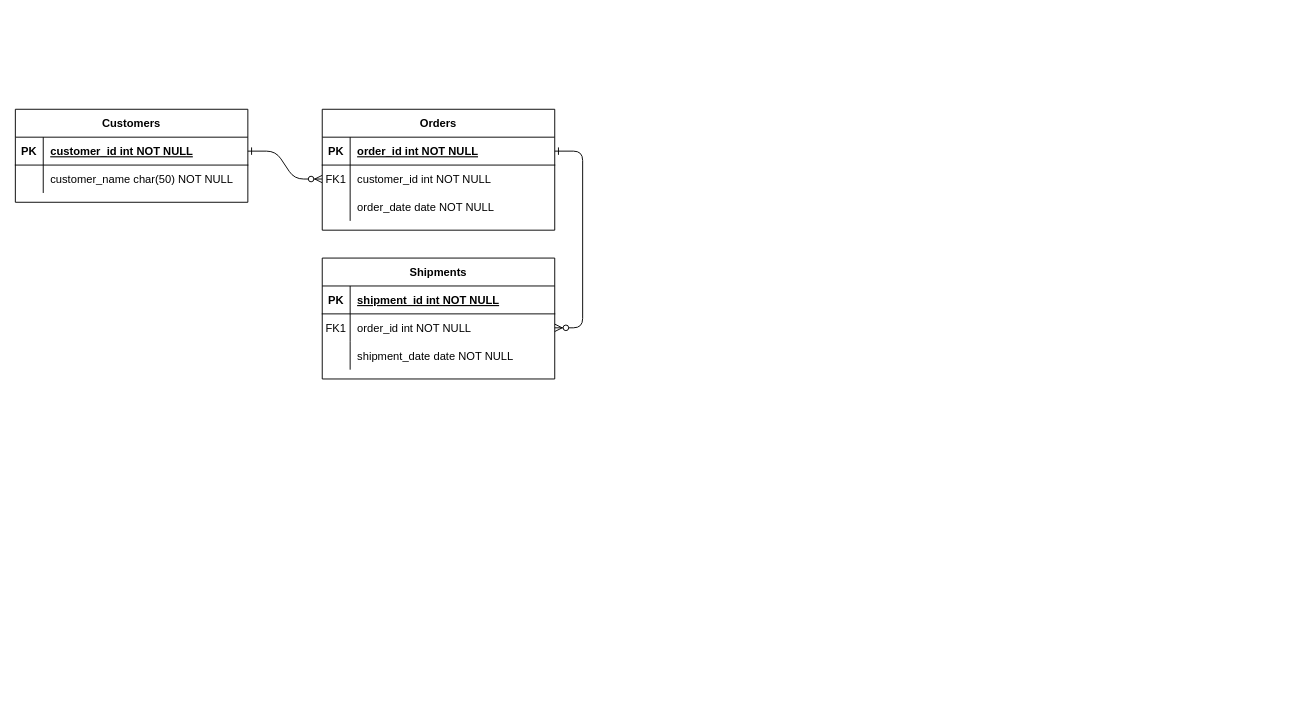
This is Untitled Diagram.drawio from solomonmarvel97/umbrellacollab-front-end, a draw.io file, before an edit. Source tidied: cells renumbered, new cells numbered last; positions are measured from the earlier drawing's top-left corner, leaving out a move shared by most shapes. Both pictures are drawn from the tidied source at 93%, with x=0, y=0 at pixel (15, 109).
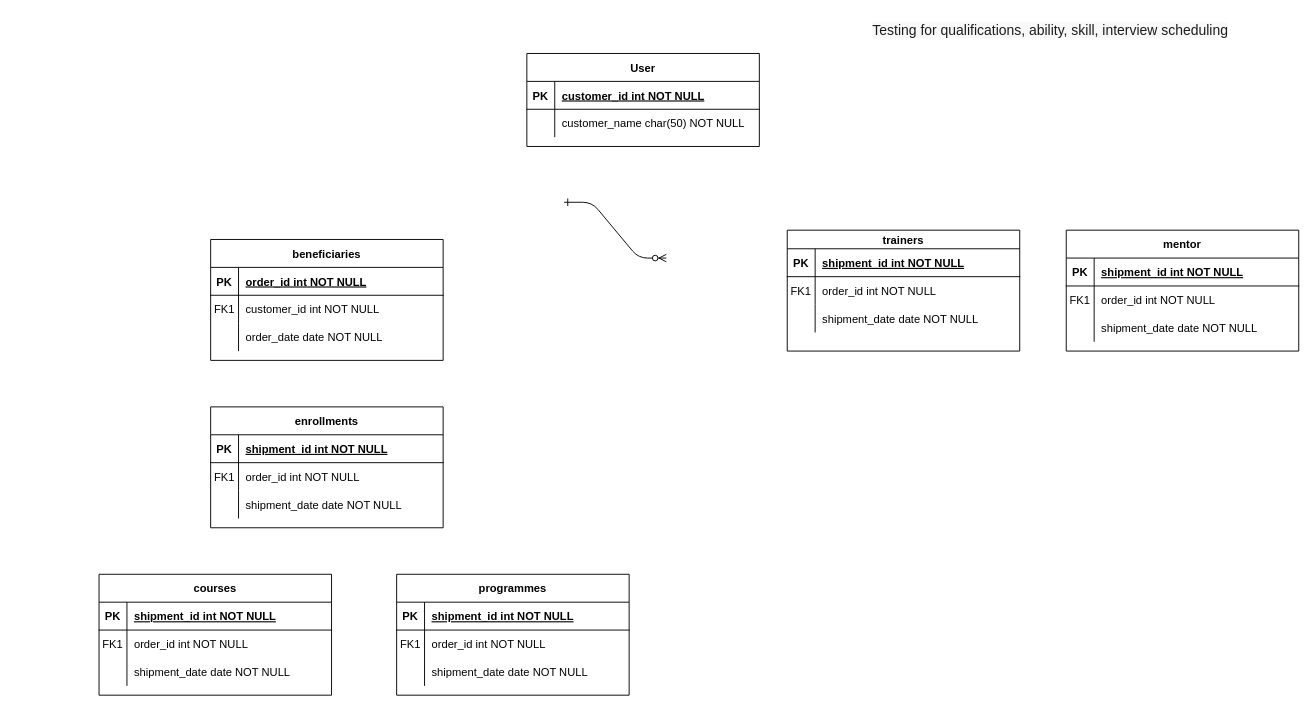
After the change.

Unchanged cells that the change refers to:
```xml
<mxCell id="5" style="shape=partialRectangle;fillColor=none;points=[[0,0.5],[1,0.5]];portConstraint=eastwest;top=0;left=0;right=0;bottom=1;" parent="4" vertex="1">
  <mxGeometry y="30" width="250" height="30" as="geometry" />
</mxCell>
<mxCell id="8" style="shape=partialRectangle;fillColor=none;points=[[0,0.5],[1,0.5]];portConstraint=eastwest;top=0;left=0;right=0;bottom=0;" parent="4" vertex="1">
  <mxGeometry y="60" width="250" height="30" as="geometry" />
</mxCell>
<mxCell id="18" style="shape=partialRectangle;fillColor=none;points=[[0,0.5],[1,0.5]];portConstraint=eastwest;top=0;left=0;right=0;bottom=0;" parent="14" vertex="1">
  <mxGeometry y="60" width="250" height="30" as="geometry" />
</mxCell>
<mxCell id="25" style="shape=partialRectangle;fillColor=none;points=[[0,0.5],[1,0.5]];portConstraint=eastwest;top=0;left=0;right=0;bottom=1;" parent="24" vertex="1">
  <mxGeometry y="30" width="250" height="30" as="geometry" />
</mxCell>
```

Diff of the diagram source:
```diff
@@
-    <mxCell id="2" style="edgeStyle=entityRelationEdgeStyle;endArrow=ERzeroToMany;startArrow=ERone;endFill=1;startFill=0;" parent="1" edge="1" source="25" target="8">
-      <mxGeometry relative="1" as="geometry" />
+    <mxCell id="2" style="edgeStyle=entityRelationEdgeStyle;endArrow=ERzeroToMany;startArrow=ERone;endFill=1;startFill=0;" parent="1" edge="1">
+      <mxGeometry relative="1" as="geometry">
+        <mxPoint x="590" y="100" as="sourcePoint" />
+        <mxPoint x="700" y="160" as="targetPoint" />
+      </mxGeometry>
     </mxCell>
-    <mxCell id="3" style="edgeStyle=entityRelationEdgeStyle;endArrow=ERzeroToMany;startArrow=ERone;endFill=1;startFill=0;" parent="1" edge="1" source="5" target="18">
-      <mxGeometry relative="1" as="geometry" />
-    </mxCell>
-    <mxCell id="4" value="Orders" style="shape=table;startSize=30;childLayout=tableLayout;rowLines=0;fontStyle=1;align=center;" parent="1" vertex="1">
-      <mxGeometry x="330" width="250" height="130" as="geometry" />
+    <mxCell id="4" value="beneficiaries" style="shape=table;startSize=30;childLayout=tableLayout;rowLines=0;fontStyle=1;align=center;" parent="1" vertex="1">
+      <mxGeometry x="210" y="140" width="250" height="130" as="geometry" />
     </mxCell>
@@
-    <mxCell id="14" value="Shipments" style="shape=table;startSize=30;childLayout=tableLayout;rowLines=0;fontStyle=1;align=center;" parent="1" vertex="1">
-      <mxGeometry x="330" y="160" width="250" height="130" as="geometry" />
+    <mxCell id="14" value="programmes" style="shape=table;startSize=30;childLayout=tableLayout;rowLines=0;fontStyle=1;align=center;" parent="1" vertex="1">
+      <mxGeometry x="410" y="500" width="250" height="130" as="geometry" />
     </mxCell>
@@
-    <mxCell id="24" value="Customers" style="shape=table;startSize=30;childLayout=tableLayout;rowLines=0;fontStyle=1;align=center;" parent="1" vertex="1">
-      <mxGeometry width="250" height="100" as="geometry" />
+    <mxCell id="24" value="User" style="shape=table;startSize=30;childLayout=tableLayout;rowLines=0;fontStyle=1;align=center;" parent="1" vertex="1">
+      <mxGeometry x="550" y="-60" width="250" height="100" as="geometry" />
     </mxCell>
@@
+    <mxCell id="31" value="courses" style="shape=table;startSize=30;childLayout=tableLayout;rowLines=0;fontStyle=1;align=center;" parent="1" vertex="1">
+      <mxGeometry x="90" y="500" width="250" height="130" as="geometry" />
+    </mxCell>
+    <mxCell id="32" style="shape=partialRectangle;fillColor=none;top=0;left=0;right=0;bottom=1;" parent="31" vertex="1">
+      <mxGeometry y="30" width="250" height="30" as="geometry" />
+    </mxCell>
+    <mxCell id="33" value="PK" style="shape=partialRectangle;overflow=hidden;fillColor=none;top=0;left=0;bottom=0;right=0;fontStyle=1;" parent="32" vertex="1">
+      <mxGeometry width="30" height="30" as="geometry" />
+    </mxCell>
+    <mxCell id="34" value="shipment_id int NOT NULL " style="shape=partialRectangle;overflow=hidden;fillColor=none;top=0;left=0;bottom=0;right=0;align=left;spacingLeft=6;fontStyle=5;" parent="32" vertex="1">
+      <mxGeometry x="30" width="220" height="30" as="geometry" />
+    </mxCell>
+    <mxCell id="35" style="shape=partialRectangle;fillColor=none;top=0;left=0;right=0;bottom=0;" parent="31" vertex="1">
+      <mxGeometry y="60" width="250" height="30" as="geometry" />
+    </mxCell>
+    <mxCell id="36" value="FK1" style="shape=partialRectangle;overflow=hidden;fillColor=none;top=0;left=0;bottom=0;right=0;" parent="35" vertex="1">
+      <mxGeometry width="30" height="30" as="geometry" />
+    </mxCell>
+    <mxCell id="37" value="order_id int NOT NULL" style="shape=partialRectangle;overflow=hidden;fillColor=none;top=0;left=0;bottom=0;right=0;align=left;spacingLeft=6;" parent="35" vertex="1">
+      <mxGeometry x="30" width="220" height="30" as="geometry" />
+    </mxCell>
+    <mxCell id="38" style="shape=partialRectangle;fillColor=none;top=0;left=0;right=0;bottom=0;" parent="31" vertex="1">
+      <mxGeometry y="90" width="250" height="30" as="geometry" />
+    </mxCell>
+    <mxCell id="39" style="shape=partialRectangle;overflow=hidden;fillColor=none;top=0;left=0;bottom=0;right=0;" parent="38" vertex="1">
+      <mxGeometry width="30" height="30" as="geometry" />
+    </mxCell>
+    <mxCell id="40" value="shipment_date date NOT NULL" style="shape=partialRectangle;overflow=hidden;fillColor=none;top=0;left=0;bottom=0;right=0;align=left;spacingLeft=6;" parent="38" vertex="1">
+      <mxGeometry x="30" width="220" height="30" as="geometry" />
+    </mxCell>
+    <mxCell id="41" value="enrollments" style="shape=table;startSize=30;childLayout=tableLayout;rowLines=0;fontStyle=1;align=center;" parent="1" vertex="1">
+      <mxGeometry x="210" y="320" width="250" height="130" as="geometry" />
+    </mxCell>
+    <mxCell id="42" style="shape=partialRectangle;fillColor=none;top=0;left=0;right=0;bottom=1;" parent="41" vertex="1">
+      <mxGeometry y="30" width="250" height="30" as="geometry" />
+    </mxCell>
+    <mxCell id="43" value="PK" style="shape=partialRectangle;overflow=hidden;fillColor=none;top=0;left=0;bottom=0;right=0;fontStyle=1;" parent="42" vertex="1">
+      <mxGeometry width="30" height="30" as="geometry" />
+    </mxCell>
+    <mxCell id="44" value="shipment_id int NOT NULL " style="shape=partialRectangle;overflow=hidden;fillColor=none;top=0;left=0;bottom=0;right=0;align=left;spacingLeft=6;fontStyle=5;" parent="42" vertex="1">
+      <mxGeometry x="30" width="220" height="30" as="geometry" />
+    </mxCell>
+    <mxCell id="45" style="shape=partialRectangle;fillColor=none;top=0;left=0;right=0;bottom=0;" parent="41" vertex="1">
+      <mxGeometry y="60" width="250" height="30" as="geometry" />
+    </mxCell>
+    <mxCell id="46" value="FK1" style="shape=partialRectangle;overflow=hidden;fillColor=none;top=0;left=0;bottom=0;right=0;" parent="45" vertex="1">
+      <mxGeometry width="30" height="30" as="geometry" />
+    </mxCell>
+    <mxCell id="47" value="order_id int NOT NULL" style="shape=partialRectangle;overflow=hidden;fillColor=none;top=0;left=0;bottom=0;right=0;align=left;spacingLeft=6;" parent="45" vertex="1">
+      <mxGeometry x="30" width="220" height="30" as="geometry" />
+    </mxCell>
+    <mxCell id="48" style="shape=partialRectangle;fillColor=none;top=0;left=0;right=0;bottom=0;" parent="41" vertex="1">
+      <mxGeometry y="90" width="250" height="30" as="geometry" />
+    </mxCell>
+    <mxCell id="49" style="shape=partialRectangle;overflow=hidden;fillColor=none;top=0;left=0;bottom=0;right=0;" parent="48" vertex="1">
+      <mxGeometry width="30" height="30" as="geometry" />
+    </mxCell>
+    <mxCell id="50" value="shipment_date date NOT NULL" style="shape=partialRectangle;overflow=hidden;fillColor=none;top=0;left=0;bottom=0;right=0;align=left;spacingLeft=6;" parent="48" vertex="1">
+      <mxGeometry x="30" width="220" height="30" as="geometry" />
+    </mxCell>
+    <mxCell id="51" value="trainers" style="shape=table;startSize=20;childLayout=tableLayout;rowLines=0;fontStyle=1;align=center;" parent="1" vertex="1">
+      <mxGeometry x="830" y="130" width="250" height="130" as="geometry" />
+    </mxCell>
+    <mxCell id="52" style="shape=partialRectangle;fillColor=none;top=0;left=0;right=0;bottom=1;" parent="51" vertex="1">
+      <mxGeometry y="20" width="250" height="30" as="geometry" />
+    </mxCell>
+    <mxCell id="53" value="PK" style="shape=partialRectangle;overflow=hidden;fillColor=none;top=0;left=0;bottom=0;right=0;fontStyle=1;" parent="52" vertex="1">
+      <mxGeometry width="30" height="30" as="geometry" />
+    </mxCell>
+    <mxCell id="54" value="shipment_id int NOT NULL " style="shape=partialRectangle;overflow=hidden;fillColor=none;top=0;left=0;bottom=0;right=0;align=left;spacingLeft=6;fontStyle=5;" parent="52" vertex="1">
+      <mxGeometry x="30" width="220" height="30" as="geometry" />
+    </mxCell>
+    <mxCell id="55" style="shape=partialRectangle;fillColor=none;top=0;left=0;right=0;bottom=0;" parent="51" vertex="1">
+      <mxGeometry y="50" width="250" height="30" as="geometry" />
+    </mxCell>
+    <mxCell id="56" value="FK1" style="shape=partialRectangle;overflow=hidden;fillColor=none;top=0;left=0;bottom=0;right=0;" parent="55" vertex="1">
+      <mxGeometry width="30" height="30" as="geometry" />
+    </mxCell>
+    <mxCell id="57" value="order_id int NOT NULL" style="shape=partialRectangle;overflow=hidden;fillColor=none;top=0;left=0;bottom=0;right=0;align=left;spacingLeft=6;" parent="55" vertex="1">
+      <mxGeometry x="30" width="220" height="30" as="geometry" />
+    </mxCell>
+    <mxCell id="58" style="shape=partialRectangle;fillColor=none;top=0;left=0;right=0;bottom=0;" parent="51" vertex="1">
+      <mxGeometry y="80" width="250" height="30" as="geometry" />
+    </mxCell>
+    <mxCell id="59" style="shape=partialRectangle;overflow=hidden;fillColor=none;top=0;left=0;bottom=0;right=0;" parent="58" vertex="1">
+      <mxGeometry width="30" height="30" as="geometry" />
+    </mxCell>
+    <mxCell id="60" value="shipment_date date NOT NULL" style="shape=partialRectangle;overflow=hidden;fillColor=none;top=0;left=0;bottom=0;right=0;align=left;spacingLeft=6;" parent="58" vertex="1">
+      <mxGeometry x="30" width="220" height="30" as="geometry" />
+    </mxCell>
+    <mxCell id="61" value="mentor" style="shape=table;startSize=30;childLayout=tableLayout;rowLines=0;fontStyle=1;align=center;" parent="1" vertex="1">
+      <mxGeometry x="1130" y="130" width="250" height="130" as="geometry" />
+    </mxCell>
+    <mxCell id="62" style="shape=partialRectangle;fillColor=none;top=0;left=0;right=0;bottom=1;" parent="61" vertex="1">
+      <mxGeometry y="30" width="250" height="30" as="geometry" />
+    </mxCell>
+    <mxCell id="63" value="PK" style="shape=partialRectangle;overflow=hidden;fillColor=none;top=0;left=0;bottom=0;right=0;fontStyle=1;" parent="62" vertex="1">
+      <mxGeometry width="30" height="30" as="geometry" />
+    </mxCell>
+    <mxCell id="64" value="shipment_id int NOT NULL " style="shape=partialRectangle;overflow=hidden;fillColor=none;top=0;left=0;bottom=0;right=0;align=left;spacingLeft=6;fontStyle=5;" parent="62" vertex="1">
+      <mxGeometry x="30" width="220" height="30" as="geometry" />
+    </mxCell>
+    <mxCell id="65" style="shape=partialRectangle;fillColor=none;top=0;left=0;right=0;bottom=0;" parent="61" vertex="1">
+      <mxGeometry y="60" width="250" height="30" as="geometry" />
+    </mxCell>
+    <mxCell id="66" value="FK1" style="shape=partialRectangle;overflow=hidden;fillColor=none;top=0;left=0;bottom=0;right=0;" parent="65" vertex="1">
+      <mxGeometry width="30" height="30" as="geometry" />
+    </mxCell>
+    <mxCell id="67" value="order_id int NOT NULL" style="shape=partialRectangle;overflow=hidden;fillColor=none;top=0;left=0;bottom=0;right=0;align=left;spacingLeft=6;" parent="65" vertex="1">
+      <mxGeometry x="30" width="220" height="30" as="geometry" />
+    </mxCell>
+    <mxCell id="68" style="shape=partialRectangle;fillColor=none;top=0;left=0;right=0;bottom=0;" parent="61" vertex="1">
+      <mxGeometry y="90" width="250" height="30" as="geometry" />
+    </mxCell>
+    <mxCell id="69" style="shape=partialRectangle;overflow=hidden;fillColor=none;top=0;left=0;bottom=0;right=0;" parent="68" vertex="1">
+      <mxGeometry width="30" height="30" as="geometry" />
+    </mxCell>
+    <mxCell id="70" value="shipment_date date NOT NULL" style="shape=partialRectangle;overflow=hidden;fillColor=none;top=0;left=0;bottom=0;right=0;align=left;spacingLeft=6;" parent="68" vertex="1">
+      <mxGeometry x="30" width="220" height="30" as="geometry" />
+    </mxCell>
+    <mxCell id="71" value="&lt;span style=&quot;color: rgb(29, 28, 29); font-size: 15px; font-style: normal; font-weight: 400; letter-spacing: normal; text-align: left; text-indent: 0px; text-transform: none; word-spacing: 0px; background-color: rgb(248, 248, 248); display: inline; float: none;&quot;&gt;Testing for qualifications, ability, skill, interview scheduling&lt;/span&gt;" style="text;whiteSpace=wrap;html=1;" parent="1" vertex="1">
+      <mxGeometry x="920" y="-100" width="410" height="30" as="geometry" />
+    </mxCell>
```
